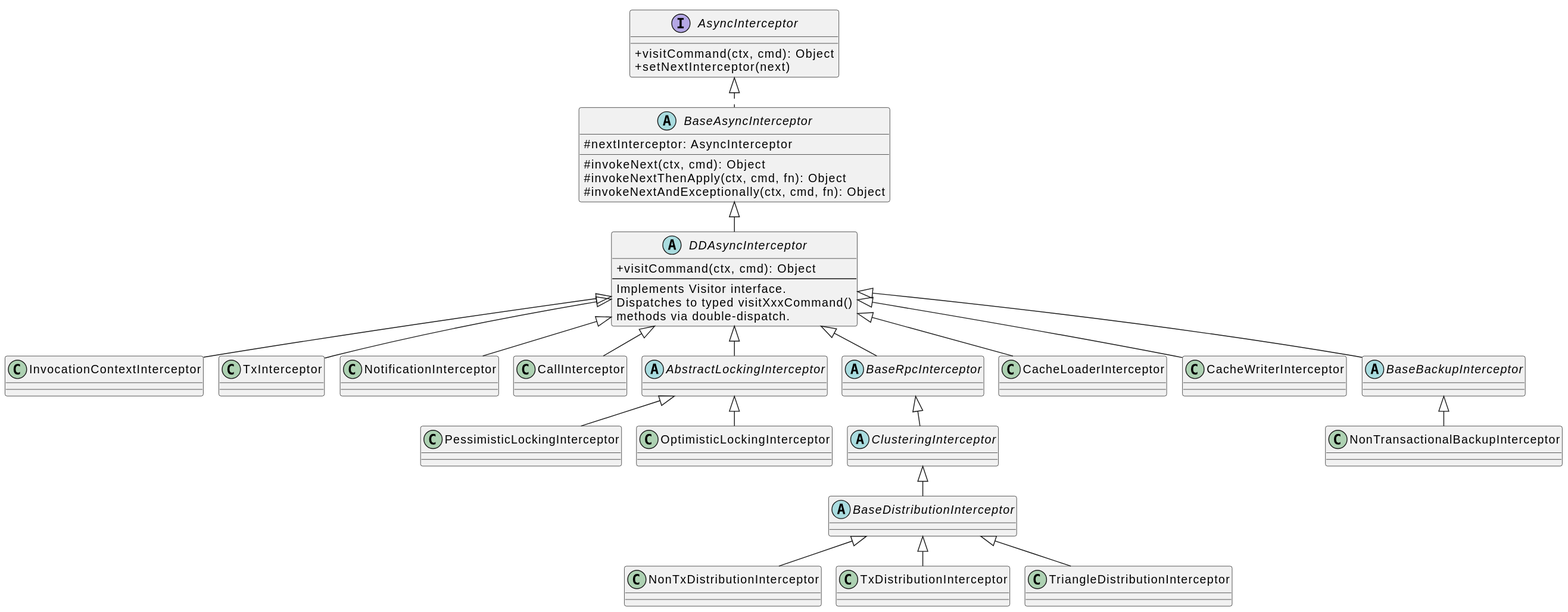
Earlier version of the PlantUML export docs/dev/topics/images/architecture-interceptor-hierarchy.svg (infinispan/infinispan.github.io).
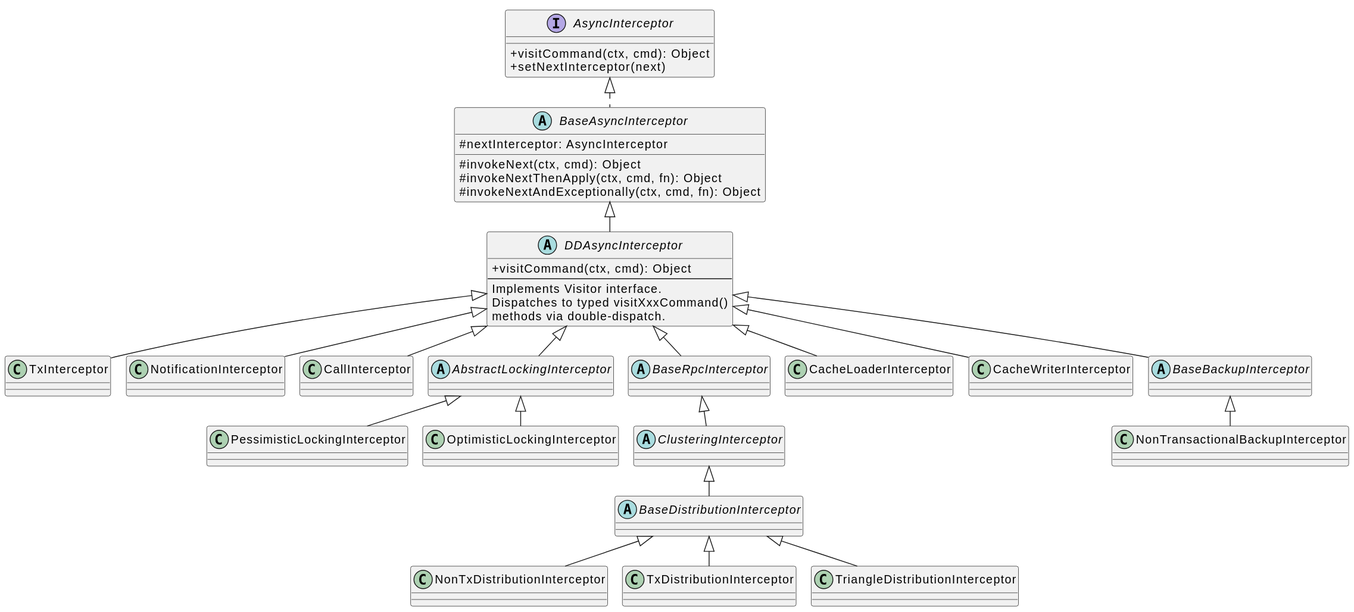
The same file after the commit.

The edit, as a diff of the source:
```diff
@@ -23,7 +23,6 @@
   methods via double-dispatch.
 }
 
-class InvocationContextInterceptor extends DDAsyncInterceptor
 class TxInterceptor extends DDAsyncInterceptor
 class NotificationInterceptor extends DDAsyncInterceptor
 class CallInterceptor extends DDAsyncInterceptor
```
